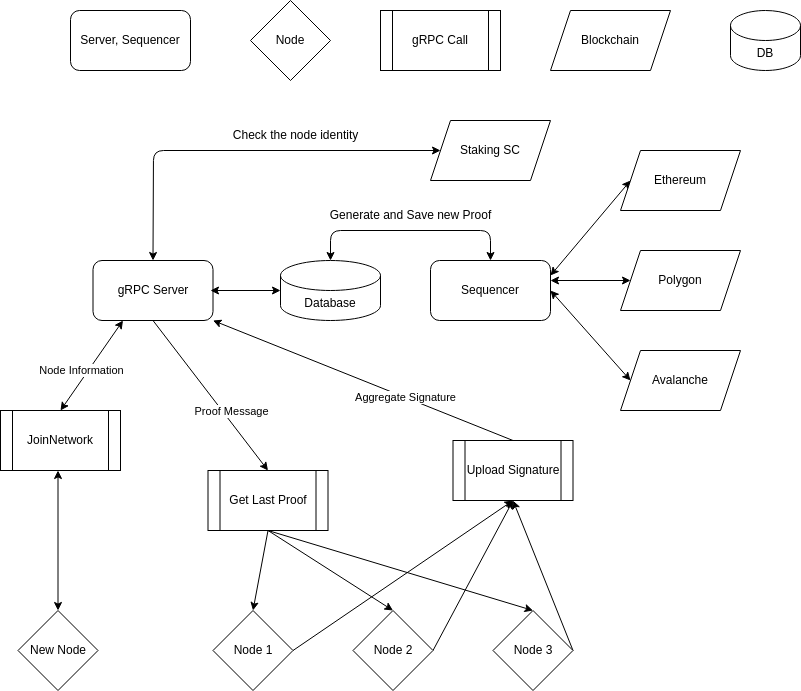
Lagrange-Labs/lsc-node keeps this draw.io diagram as docs/network.drawio.png. Above is the earlier version. Source tidied: cells renumbered, new cells last; positions are measured from the earlier drawing's top-left corner, leaving out a move shared by most shapes. Its diagram source:
```xml
<mxGraphModel>
  <root>
    <mxCell id="0" />
    <mxCell id="1" parent="0" />
    <mxCell id="2" value="Server, Sequencer" style="rounded=1;whiteSpace=wrap;html=1;" parent="1" vertex="1">
      <mxGeometry x="70" y="10" width="120" height="60" as="geometry" />
    </mxCell>
    <mxCell id="3" value="Node" style="rhombus;whiteSpace=wrap;html=1;" parent="1" vertex="1">
      <mxGeometry x="250" width="80" height="80" as="geometry" />
    </mxCell>
    <mxCell id="4" value="gRPC Call" style="shape=process;whiteSpace=wrap;html=1;backgroundOutline=1;" parent="1" vertex="1">
      <mxGeometry x="380" y="10" width="120" height="60" as="geometry" />
    </mxCell>
    <mxCell id="5" value="DB" style="shape=cylinder3;whiteSpace=wrap;html=1;boundedLbl=1;backgroundOutline=1;size=15;" parent="1" vertex="1">
      <mxGeometry x="730" y="10" width="70" height="60" as="geometry" />
    </mxCell>
    <mxCell id="6" style="html=1;exitX=0.5;exitY=0;exitDx=0;exitDy=0;entryX=0;entryY=0.5;entryDx=0;entryDy=0;startArrow=classic;startFill=1;" parent="1" edge="1" source="9" target="11">
      <mxGeometry relative="1" as="geometry">
        <Array as="points">
          <mxPoint x="153" y="150" />
        </Array>
      </mxGeometry>
    </mxCell>
    <mxCell id="7" style="edgeStyle=none;html=1;exitX=0.5;exitY=1;exitDx=0;exitDy=0;entryX=0.5;entryY=0;entryDx=0;entryDy=0;startArrow=none;startFill=0;" parent="1" edge="1" source="9" target="38">
      <mxGeometry relative="1" as="geometry" />
    </mxCell>
    <mxCell id="8" value="Proof Message" style="edgeLabel;html=1;align=center;verticalAlign=middle;" parent="7" vertex="1">
      <mxGeometry x="0.24" y="3" relative="1" as="geometry">
        <mxPoint x="4" y="-1" as="offset" />
      </mxGeometry>
    </mxCell>
    <mxCell id="9" value="gRPC Server" style="rounded=1;whiteSpace=wrap;html=1;" parent="1" vertex="1">
      <mxGeometry x="92.5" y="260" width="120" height="60" as="geometry" />
    </mxCell>
    <mxCell id="10" value="Blockchain" style="shape=parallelogram;perimeter=parallelogramPerimeter;whiteSpace=wrap;html=1;fixedSize=1;" parent="1" vertex="1">
      <mxGeometry x="550" y="10" width="120" height="60" as="geometry" />
    </mxCell>
    <mxCell id="11" value="Staking SC" style="shape=parallelogram;perimeter=parallelogramPerimeter;whiteSpace=wrap;html=1;fixedSize=1;" parent="1" vertex="1">
      <mxGeometry x="430" y="120" width="120" height="60" as="geometry" />
    </mxCell>
    <mxCell id="12" style="edgeStyle=none;html=1;entryX=0.25;entryY=1;entryDx=0;entryDy=0;exitX=0.5;exitY=0;exitDx=0;exitDy=0;startArrow=classic;startFill=1;" parent="1" edge="1" source="14" target="9">
      <mxGeometry relative="1" as="geometry" />
    </mxCell>
    <mxCell id="13" value="Node Information" style="edgeLabel;html=1;align=center;verticalAlign=middle;" parent="12" vertex="1">
      <mxGeometry x="-0.39" y="-1" relative="1" as="geometry">
        <mxPoint y="-13" as="offset" />
      </mxGeometry>
    </mxCell>
    <mxCell id="14" value="JoinNetwork" style="shape=process;whiteSpace=wrap;html=1;backgroundOutline=1;" parent="1" vertex="1">
      <mxGeometry y="410" width="120" height="60" as="geometry" />
    </mxCell>
    <mxCell id="15" style="edgeStyle=none;html=1;exitX=0.5;exitY=0;exitDx=0;exitDy=0;entryX=0.5;entryY=1;entryDx=0;entryDy=0;startArrow=classic;startFill=1;" parent="1" edge="1" source="16">
      <mxGeometry relative="1" as="geometry">
        <mxPoint x="57.5" y="470" as="targetPoint" />
      </mxGeometry>
    </mxCell>
    <mxCell id="16" value="New Node" style="rhombus;whiteSpace=wrap;html=1;" parent="1" vertex="1">
      <mxGeometry x="17.5" y="610" width="80" height="80" as="geometry" />
    </mxCell>
    <mxCell id="17" value="Check the node identity" style="text;html=1;align=center;verticalAlign=middle;strokeColor=none;fillColor=none;" parent="1" vertex="1">
      <mxGeometry x="220" y="120" width="150" height="30" as="geometry" />
    </mxCell>
    <mxCell id="18" style="edgeStyle=none;html=1;exitX=0;exitY=0.5;exitDx=0;exitDy=0;exitPerimeter=0;startArrow=classic;startFill=1;" parent="1" edge="1" source="19">
      <mxGeometry relative="1" as="geometry">
        <mxPoint x="210" y="290" as="targetPoint" />
      </mxGeometry>
    </mxCell>
    <mxCell id="19" value="Database" style="shape=cylinder3;whiteSpace=wrap;html=1;boundedLbl=1;backgroundOutline=1;size=15;" parent="1" vertex="1">
      <mxGeometry x="280" y="260" width="100" height="60" as="geometry" />
    </mxCell>
    <mxCell id="20" style="edgeStyle=none;html=1;entryX=0.5;entryY=0;entryDx=0;entryDy=0;startArrow=classic;startFill=1;exitX=0.5;exitY=0;exitDx=0;exitDy=0;entryPerimeter=0;" parent="1" edge="1" source="21" target="19">
      <mxGeometry relative="1" as="geometry">
        <Array as="points">
          <mxPoint x="490" y="230" />
          <mxPoint x="330" y="230" />
        </Array>
      </mxGeometry>
    </mxCell>
    <mxCell id="21" value="Sequencer" style="rounded=1;whiteSpace=wrap;html=1;" parent="1" vertex="1">
      <mxGeometry x="430" y="260" width="120" height="60" as="geometry" />
    </mxCell>
    <mxCell id="22" style="edgeStyle=none;html=1;exitX=0;exitY=0.5;exitDx=0;exitDy=0;entryX=1;entryY=0.25;entryDx=0;entryDy=0;startArrow=classic;startFill=1;" parent="1" edge="1" source="23" target="21">
      <mxGeometry relative="1" as="geometry" />
    </mxCell>
    <mxCell id="23" value="Ethereum" style="shape=parallelogram;perimeter=parallelogramPerimeter;whiteSpace=wrap;html=1;fixedSize=1;" parent="1" vertex="1">
      <mxGeometry x="620" y="150" width="120" height="60" as="geometry" />
    </mxCell>
    <mxCell id="24" style="edgeStyle=none;html=1;exitX=0;exitY=0.5;exitDx=0;exitDy=0;startArrow=classic;startFill=1;" parent="1" edge="1" source="25">
      <mxGeometry relative="1" as="geometry">
        <mxPoint x="550" y="280" as="targetPoint" />
      </mxGeometry>
    </mxCell>
    <mxCell id="25" value="Polygon" style="shape=parallelogram;perimeter=parallelogramPerimeter;whiteSpace=wrap;html=1;fixedSize=1;" parent="1" vertex="1">
      <mxGeometry x="620" y="250" width="120" height="60" as="geometry" />
    </mxCell>
    <mxCell id="26" style="edgeStyle=none;html=1;exitX=0;exitY=0.5;exitDx=0;exitDy=0;entryX=1;entryY=0.5;entryDx=0;entryDy=0;startArrow=classic;startFill=1;" parent="1" edge="1" source="27" target="21">
      <mxGeometry relative="1" as="geometry" />
    </mxCell>
    <mxCell id="27" value="Avalanche" style="shape=parallelogram;perimeter=parallelogramPerimeter;whiteSpace=wrap;html=1;fixedSize=1;" parent="1" vertex="1">
      <mxGeometry x="620" y="350" width="120" height="60" as="geometry" />
    </mxCell>
    <mxCell id="28" value="Generate and Save new Proof" style="text;html=1;align=center;verticalAlign=middle;strokeColor=none;fillColor=none;" parent="1" vertex="1">
      <mxGeometry x="320" y="200" width="180" height="30" as="geometry" />
    </mxCell>
    <mxCell id="29" style="edgeStyle=none;html=1;exitX=1;exitY=0.5;exitDx=0;exitDy=0;entryX=0.5;entryY=1;entryDx=0;entryDy=0;startArrow=none;startFill=0;" parent="1" edge="1" source="30" target="41">
      <mxGeometry relative="1" as="geometry" />
    </mxCell>
    <mxCell id="30" value="Node 1" style="rhombus;whiteSpace=wrap;html=1;" parent="1" vertex="1">
      <mxGeometry x="212.5" y="610" width="80" height="80" as="geometry" />
    </mxCell>
    <mxCell id="31" style="edgeStyle=none;html=1;exitX=1;exitY=0.5;exitDx=0;exitDy=0;startArrow=none;startFill=0;entryX=0.5;entryY=1;entryDx=0;entryDy=0;" parent="1" edge="1" source="32" target="41">
      <mxGeometry relative="1" as="geometry" />
    </mxCell>
    <mxCell id="32" value="Node 2" style="rhombus;whiteSpace=wrap;html=1;" parent="1" vertex="1">
      <mxGeometry x="352.5" y="610" width="80" height="80" as="geometry" />
    </mxCell>
    <mxCell id="33" style="edgeStyle=none;html=1;exitX=1;exitY=0.5;exitDx=0;exitDy=0;entryX=0.5;entryY=1;entryDx=0;entryDy=0;startArrow=none;startFill=0;" parent="1" edge="1" source="34" target="41">
      <mxGeometry relative="1" as="geometry" />
    </mxCell>
    <mxCell id="34" value="Node 3" style="rhombus;whiteSpace=wrap;html=1;" parent="1" vertex="1">
      <mxGeometry x="492.5" y="610" width="80" height="80" as="geometry" />
    </mxCell>
    <mxCell id="35" style="edgeStyle=none;html=1;exitX=0.5;exitY=1;exitDx=0;exitDy=0;entryX=0.5;entryY=0;entryDx=0;entryDy=0;startArrow=none;startFill=0;" parent="1" edge="1" source="38" target="30">
      <mxGeometry relative="1" as="geometry" />
    </mxCell>
    <mxCell id="36" style="edgeStyle=none;html=1;exitX=0.5;exitY=1;exitDx=0;exitDy=0;entryX=0.5;entryY=0;entryDx=0;entryDy=0;startArrow=none;startFill=0;" parent="1" edge="1" source="38" target="32">
      <mxGeometry relative="1" as="geometry" />
    </mxCell>
    <mxCell id="37" style="edgeStyle=none;html=1;exitX=0.5;exitY=1;exitDx=0;exitDy=0;entryX=0.5;entryY=0;entryDx=0;entryDy=0;startArrow=none;startFill=0;" parent="1" edge="1" source="38" target="34">
      <mxGeometry relative="1" as="geometry" />
    </mxCell>
    <mxCell id="38" value="Get Last Proof" style="shape=process;whiteSpace=wrap;html=1;backgroundOutline=1;" parent="1" vertex="1">
      <mxGeometry x="207.5" y="470" width="120" height="60" as="geometry" />
    </mxCell>
    <mxCell id="39" style="edgeStyle=none;html=1;exitX=0.5;exitY=0;exitDx=0;exitDy=0;entryX=1;entryY=1;entryDx=0;entryDy=0;startArrow=none;startFill=0;" parent="1" edge="1" source="41" target="9">
      <mxGeometry relative="1" as="geometry" />
    </mxCell>
    <mxCell id="40" value="Aggregate Signature" style="edgeLabel;html=1;align=center;verticalAlign=middle;" parent="39" vertex="1">
      <mxGeometry x="0.13" y="-2" relative="1" as="geometry">
        <mxPoint x="60" y="26" as="offset" />
      </mxGeometry>
    </mxCell>
    <mxCell id="41" value="Upload Signature" style="shape=process;whiteSpace=wrap;html=1;backgroundOutline=1;" parent="1" vertex="1">
      <mxGeometry x="452.5" y="440" width="120" height="60" as="geometry" />
    </mxCell>
  </root>
</mxGraphModel>
```
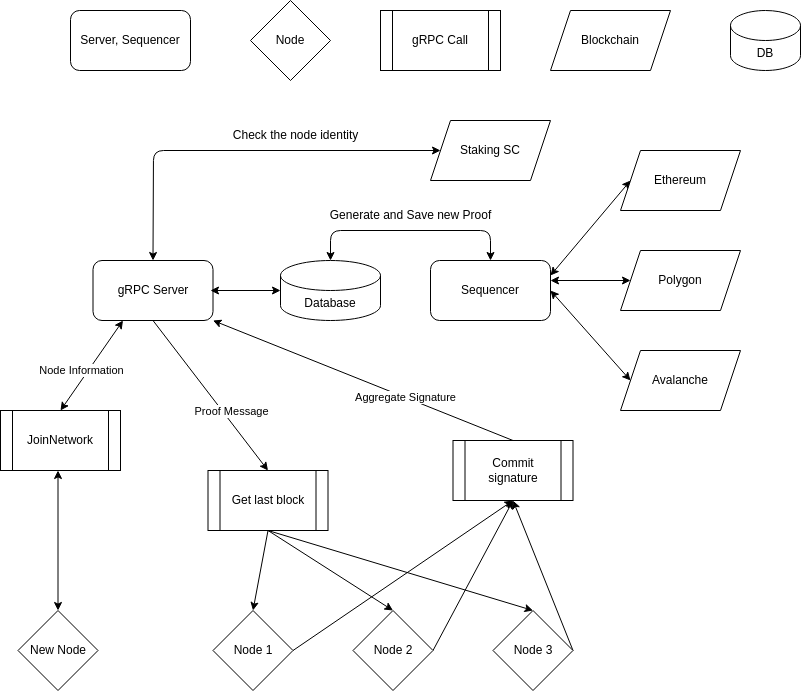
After the change.

Commit message:
redesign block message

Change to the diagram source:
```diff
@@ -129,7 +129,7 @@
     <mxCell id="37" style="edgeStyle=none;html=1;exitX=0.5;exitY=1;exitDx=0;exitDy=0;entryX=0.5;entryY=0;entryDx=0;entryDy=0;startArrow=none;startFill=0;" parent="1" edge="1" source="38" target="34">
       <mxGeometry relative="1" as="geometry" />
     </mxCell>
-    <mxCell id="38" value="Get Last Proof" style="shape=process;whiteSpace=wrap;html=1;backgroundOutline=1;" parent="1" vertex="1">
+    <mxCell id="38" value="Get last block" style="shape=process;whiteSpace=wrap;html=1;backgroundOutline=1;" parent="1" vertex="1">
       <mxGeometry x="207.5" y="470" width="120" height="60" as="geometry" />
     </mxCell>
     <mxCell id="39" style="edgeStyle=none;html=1;exitX=0.5;exitY=0;exitDx=0;exitDy=0;entryX=1;entryY=1;entryDx=0;entryDy=0;startArrow=none;startFill=0;" parent="1" edge="1" source="41" target="9">
@@ -140,7 +140,7 @@
         <mxPoint x="60" y="26" as="offset" />
       </mxGeometry>
     </mxCell>
-    <mxCell id="41" value="Upload Signature" style="shape=process;whiteSpace=wrap;html=1;backgroundOutline=1;" parent="1" vertex="1">
+    <mxCell id="41" value="Commit signature" style="shape=process;whiteSpace=wrap;html=1;backgroundOutline=1;" parent="1" vertex="1">
       <mxGeometry x="452.5" y="440" width="120" height="60" as="geometry" />
     </mxCell>
   </root>
```
